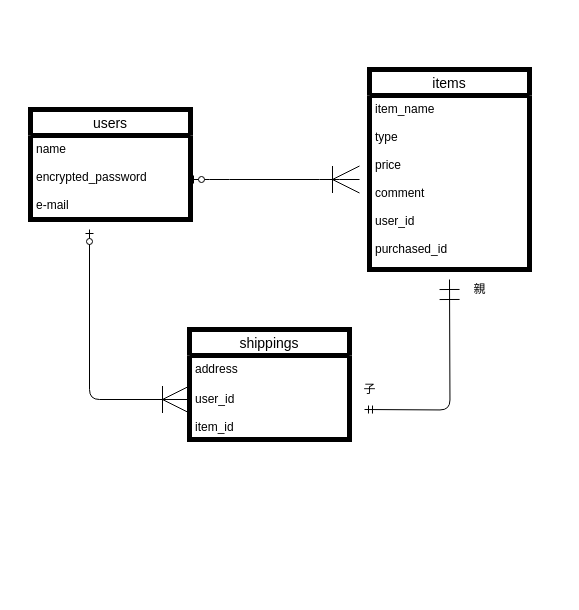
The draw.io diagram ER.dio in HEROHEROPA/furima-37895, before the edit. Source tidied: cells renumbered, new cells numbered last; positions are measured from the earlier drawing's top-left corner, leaving out a move shared by most shapes. Both pictures are drawn from the tidied source at 100%, with x=0, y=0 at pixel (30, 69).
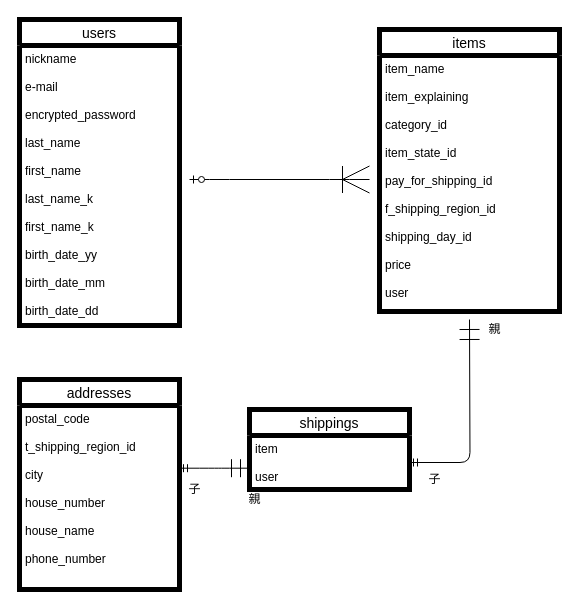
The same page after the edit.

Commit message (it also covers changes not shown here):
ER図、README.md修正

What changed in the source:
```diff
@@
     <mxCell id="2" value="users" style="swimlane;fontStyle=0;horizontal=1;startSize=26;align=center;fontSize=14;strokeWidth=5;fillColor=default;" parent="1" vertex="1">
-      <mxGeometry y="40" width="160" height="110" as="geometry" />
+      <mxGeometry x="-11" y="-50" width="160" height="306" as="geometry" />
     </mxCell>
-    <mxCell id="3" value="name&#10;&#10;encrypted_password&#10;&#10;e-mail" style="text;strokeColor=none;fillColor=none;spacingLeft=4;spacingRight=4;overflow=hidden;fontSize=12;" parent="2" vertex="1">
-      <mxGeometry y="26" width="160" height="84" as="geometry" />
+    <mxCell id="3" value="nickname&#10;&#10;e-mail&#10;&#10;encrypted_password&#10;&#10;last_name&#10;&#10;first_name&#10;&#10;last_name_k&#10;&#10;first_name_k&#10;&#10;birth_date_yy&#10;&#10;birth_date_mm &#10;&#10;birth_date_dd&#10;&#10;" style="text;strokeColor=none;fillColor=none;spacingLeft=4;spacingRight=4;overflow=hidden;fontSize=12;" parent="2" vertex="1">
+      <mxGeometry y="26" width="160" height="280" as="geometry" />
     </mxCell>
+    <mxCell id="14" style="edgeStyle=none;html=1;exitX=0.25;exitY=0;exitDx=0;exitDy=0;" parent="1" edge="1" source="4">
+      <mxGeometry relative="1" as="geometry">
+        <mxPoint x="394" y="-20" as="targetPoint" />
+      </mxGeometry>
+    </mxCell>
     <mxCell id="4" value="items" style="swimlane;fontStyle=0;horizontal=1;startSize=26;align=center;fontSize=14;strokeWidth=5;fillColor=default;" parent="1" vertex="1">
-      <mxGeometry x="339" width="160" height="200" as="geometry" />
+      <mxGeometry x="349" y="-40" width="180" height="282" as="geometry" />
     </mxCell>
-    <mxCell id="5" value="item_name&#10;&#10;type&#10;&#10;price&#10;&#10;comment&#10;&#10;user_id&#10;&#10;purchased_id" style="text;strokeColor=none;fillColor=none;spacingLeft=4;spacingRight=4;overflow=hidden;fontSize=12;" parent="4" vertex="1">
-      <mxGeometry y="26" width="160" height="174" as="geometry" />
+    <mxCell id="5" value="item_name&#10;&#10;item_explaining&#10;&#10;category_id&#10;&#10;item_state_id&#10;&#10;pay_for_shipping_id&#10;&#10;f_shipping_region_id&#10;&#10;shipping_day_id&#10;&#10;price&#10;&#10;user &#10;" style="text;strokeColor=none;fillColor=none;spacingLeft=4;spacingRight=4;overflow=hidden;fontSize=12;" parent="4" vertex="1">
+      <mxGeometry y="26" width="180" height="256" as="geometry" />
     </mxCell>
     <mxCell id="6" value="shippings" style="swimlane;fontStyle=0;horizontal=1;startSize=26;align=center;fontSize=14;strokeWidth=5;fillColor=default;" parent="1" vertex="1">
-      <mxGeometry x="159" y="260" width="160" height="110" as="geometry" />
+      <mxGeometry x="219" y="340" width="160" height="80" as="geometry" />
     </mxCell>
-    <mxCell id="7" value="address" style="text;strokeColor=none;fillColor=none;spacingLeft=4;spacingRight=4;overflow=hidden;fontSize=12;" parent="6" vertex="1">
-      <mxGeometry y="26" width="160" height="30" as="geometry" />
-    </mxCell>
-    <mxCell id="8" value="user_id&#10;&#10;item_id" style="text;strokeColor=none;fillColor=none;spacingLeft=4;spacingRight=4;overflow=hidden;fontSize=12;" parent="6" vertex="1">
-      <mxGeometry y="56" width="160" height="54" as="geometry" />
-    </mxCell>
+    <mxCell id="15" value="item&#10;&#10;user&#10;&#10;" style="text;strokeColor=none;fillColor=none;spacingLeft=4;spacingRight=4;overflow=hidden;points=[[0,0.5],[1,0.5]];portConstraint=eastwest;fontSize=12;" parent="6" vertex="1">
+      <mxGeometry y="26" width="160" height="54" as="geometry" />
+    </mxCell>
     <mxCell id="9" style="edgeStyle=entityRelationEdgeStyle;fontSize=12;html=1;endArrow=ERoneToMany;startArrow=ERzeroToOne;endSize=25;strokeColor=default;" parent="1" edge="1">
       <mxGeometry relative="1" as="geometry">
         <mxPoint x="159" y="110" as="sourcePoint" />
-        <mxPoint x="329" y="110" as="targetPoint" />
+        <mxPoint x="339" y="110" as="targetPoint" />
       </mxGeometry>
     </mxCell>
-    <mxCell id="10" style="edgeStyle=orthogonalEdgeStyle;fontSize=12;html=1;endArrow=ERoneToMany;startArrow=ERzeroToOne;endSize=25;strokeColor=default;" parent="1" edge="1">
-      <mxGeometry relative="1" as="geometry">
-        <mxPoint x="59" y="160" as="sourcePoint" />
-        <mxPoint x="159" y="330" as="targetPoint" />
-        <Array as="points">
-          <mxPoint x="59" y="330" />
-        </Array>
-      </mxGeometry>
-    </mxCell>
     <mxCell id="11" value="親" style="text;html=1;align=center;verticalAlign=middle;strokeColor=none;fillColor=none;" parent="1" vertex="1">
-      <mxGeometry x="434" y="210" width="30" height="20" as="geometry" />
+      <mxGeometry x="449" y="250" width="30" height="20" as="geometry" />
     </mxCell>
     <mxCell id="12" value="子" style="text;html=1;align=center;verticalAlign=middle;strokeColor=none;fillColor=none;" parent="1" vertex="1">
-      <mxGeometry x="324" y="310" width="30" height="20" as="geometry" />
+      <mxGeometry x="389" y="400" width="30" height="20" as="geometry" />
     </mxCell>
-    <mxCell id="13" style="edgeStyle=orthogonalEdgeStyle;fontSize=12;html=1;endArrow=ERmandOne;startArrow=ERmandOne;endSize=18;strokeColor=default;startSize=6;" parent="1" edge="1">
+    <mxCell id="13" style="edgeStyle=orthogonalEdgeStyle;fontSize=12;html=1;endArrow=ERmandOne;startArrow=ERmandOne;endSize=18;strokeColor=default;startSize=6;exitX=1;exitY=0.5;exitDx=0;exitDy=0;" parent="1" edge="1" source="15">
       <mxGeometry relative="1" as="geometry">
-        <mxPoint x="334" y="340" as="sourcePoint" />
-        <mxPoint x="419" y="210" as="targetPoint" />
+        <mxPoint x="439" y="250" as="targetPoint" />
       </mxGeometry>
     </mxCell>
+    <mxCell id="16" value="addresses" style="swimlane;fontStyle=0;horizontal=1;startSize=26;align=center;fontSize=14;strokeWidth=5;" parent="1" vertex="1">
+      <mxGeometry x="-11" y="310" width="160" height="210" as="geometry" />
+    </mxCell>
+    <mxCell id="17" value="postal_code&#10;&#10;t_shipping_region_id&#10;&#10;city&#10;&#10;house_number &#10;&#10;house_name &#10;&#10;phone_number  &#10;&#10;" style="text;strokeColor=none;fillColor=none;spacingLeft=4;spacingRight=4;overflow=hidden;fontSize=12;" parent="16" vertex="1">
+      <mxGeometry y="26" width="160" height="184" as="geometry" />
+    </mxCell>
+    <mxCell id="18" style="edgeStyle=entityRelationEdgeStyle;fontSize=12;html=1;endArrow=ERmandOne;startArrow=ERmandOne;endSize=16;" parent="1" edge="1">
+      <mxGeometry relative="1" as="geometry">
+        <mxPoint x="149" y="398.7" as="sourcePoint" />
+        <mxPoint x="219" y="398.7" as="targetPoint" />
+      </mxGeometry>
+    </mxCell>
+    <mxCell id="19" value="親" style="text;html=1;align=center;verticalAlign=middle;strokeColor=none;fillColor=none;" parent="1" vertex="1">
+      <mxGeometry x="209" y="420" width="30" height="20" as="geometry" />
+    </mxCell>
+    <mxCell id="20" value="子" style="text;html=1;align=center;verticalAlign=middle;strokeColor=none;fillColor=none;" parent="1" vertex="1">
+      <mxGeometry x="149" y="410" width="30" height="20" as="geometry" />
+    </mxCell>
```
